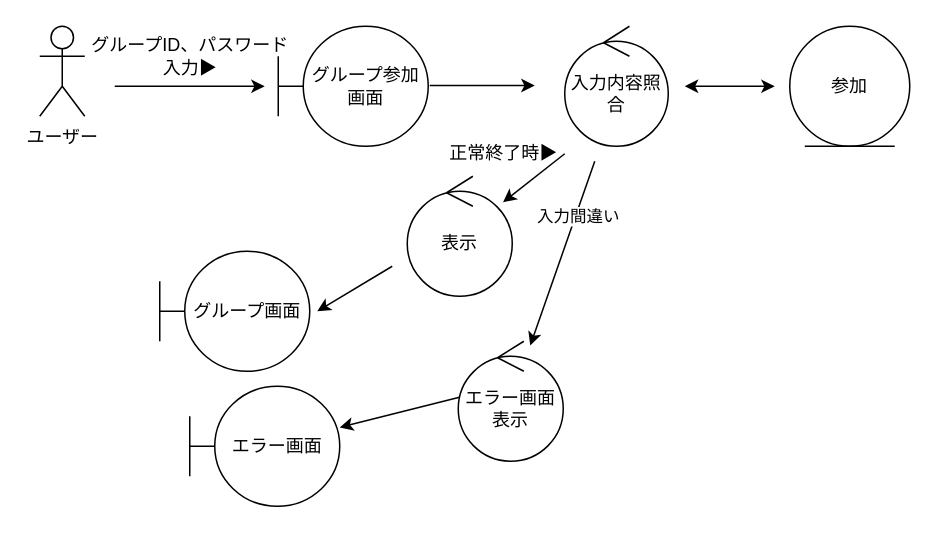
Before: page "グループに参加する" (2 of 8) of out/ロバストネス図/ユーザー２-ロバストネス図.drawio in ksw2270227/GroupF, a draw.io diagram. Source tidied: cells renumbered, new cells numbered last; positions are measured from the earlier drawing's top-left corner, leaving out a move shared by most shapes. Both pictures are drawn from the tidied source at 150%, with x=0, y=0 at pixel (39, 26).
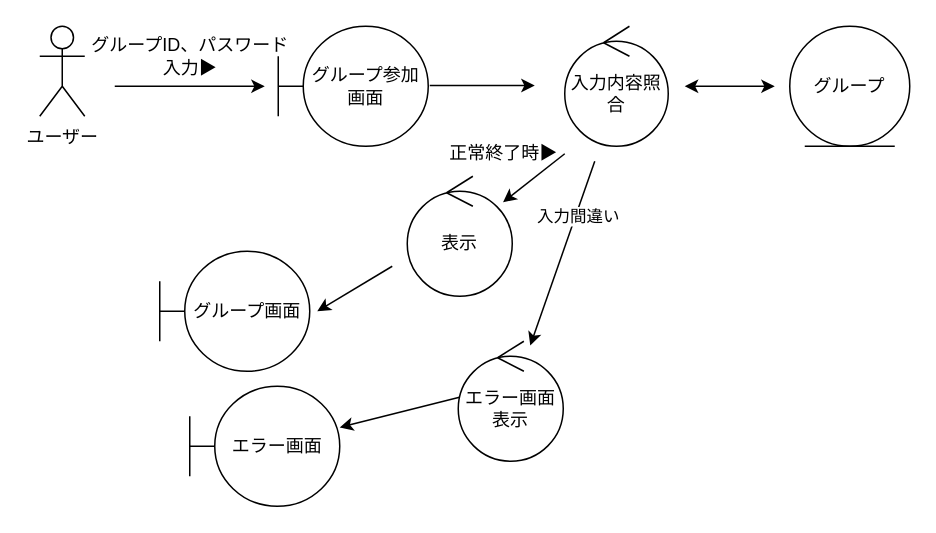
The same page after the edit.

What changed in the source:
```diff
@@
-    <mxCell id="15" value="参加" style="ellipse;shape=umlEntity;whiteSpace=wrap;html=1;" parent="1" vertex="1">
+    <mxCell id="15" value="グループ" style="ellipse;shape=umlEntity;whiteSpace=wrap;html=1;" parent="1" vertex="1">
       <mxGeometry x="500" width="80" height="80" as="geometry" />
     </mxCell>
```
